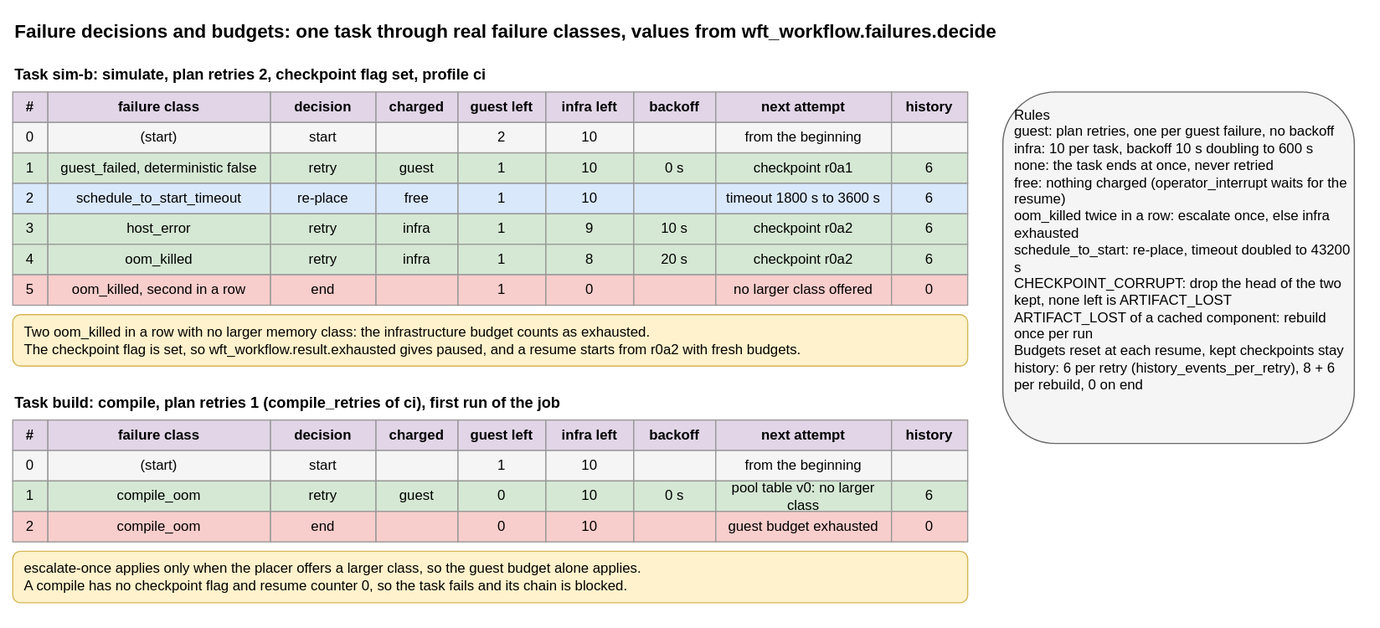
The draw.io diagram packages/workflow/failure-budgets.drawio.svg in AndoNorth/disyard, before a commit. Source tidied: cells renumbered, new cells last; positions are measured from the earlier drawing's top-left corner, leaving out a move shared by most shapes.
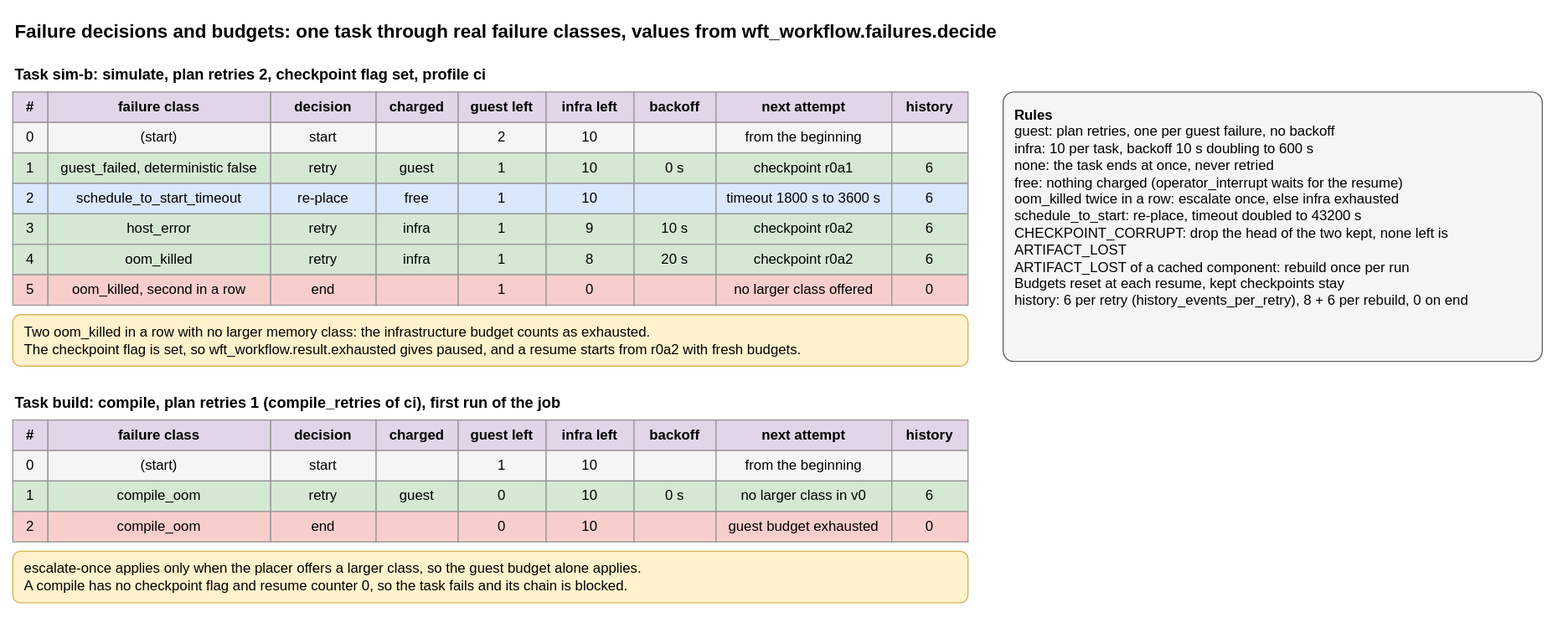
Above is the later version.

The edit, as a diff of the source:
```diff
@@ -3,7 +3,7 @@
     <mxCell id="0" />
     <mxCell id="1" parent="0" />
     <mxCell id="2" value="Failure decisions and budgets: one task through real failure classes, values from wft_workflow.failures.decide" style="text;html=1;fontSize=16;fontStyle=1;align=left;" parent="1" vertex="1">
-      <mxGeometry width="1115" height="30" as="geometry" />
+      <mxGeometry width="1275" height="30" as="geometry" />
     </mxCell>
     <mxCell id="3" value="Task sim-b: simulate, plan retries 2, checkpoint flag set, profile ci" style="text;html=1;fontSize=13;fontStyle=1;align=left;verticalAlign=middle;" parent="1" vertex="1">
       <mxGeometry y="40" width="815" height="26" as="geometry" />
@@ -278,7 +278,7 @@
     <mxCell id="93" value="0 s" style="rounded=0;whiteSpace=wrap;html=1;fontSize=12;strokeColor=#999999;fillColor=#d5e8d4;" parent="1" vertex="1">
       <mxGeometry x="530" y="400" width="70" height="26" as="geometry" />
     </mxCell>
-    <mxCell id="94" value="pool table v0: no larger class" style="rounded=0;whiteSpace=wrap;html=1;fontSize=12;strokeColor=#999999;fillColor=#d5e8d4;" parent="1" vertex="1">
+    <mxCell id="94" value="no larger class in v0" style="rounded=0;whiteSpace=wrap;html=1;fontSize=12;strokeColor=#999999;fillColor=#d5e8d4;" parent="1" vertex="1">
       <mxGeometry x="600" y="400" width="150" height="26" as="geometry" />
     </mxCell>
     <mxCell id="95" value="6" style="rounded=0;whiteSpace=wrap;html=1;fontSize=12;strokeColor=#999999;fillColor=#d5e8d4;" parent="1" vertex="1">
@@ -314,8 +314,8 @@
     <mxCell id="105" value="escalate-once applies only when the placer offers a larger class, so the guest budget alone applies.&#10;A compile has no checkpoint flag and resume counter 0, so the task fails and its chain is blocked." style="rounded=1;whiteSpace=wrap;html=1;fontSize=12;align=left;spacingLeft=8;fillColor=#fff2cc;strokeColor=#d6b656;" parent="1" vertex="1">
       <mxGeometry y="460" width="815" height="44" as="geometry" />
     </mxCell>
-    <mxCell id="106" value="Rules&#10;guest: plan retries, one per guest failure, no backoff&#10;infra: 10 per task, backoff 10 s doubling to 600 s&#10;none: the task ends at once, never retried&#10;free: nothing charged (operator_interrupt waits for the resume)&#10;oom_killed twice in a row: escalate once, else infra exhausted&#10;schedule_to_start: re-place, timeout doubled to 43200 s&#10;CHECKPOINT_CORRUPT: drop the head of the two kept, none left is ARTIFACT_LOST&#10;ARTIFACT_LOST of a cached component: rebuild once per run&#10;Budgets reset at each resume, kept checkpoints stay&#10;history: 6 per retry (history_events_per_retry), 8 + 6 per rebuild, 0 on end" style="rounded=1;whiteSpace=wrap;html=1;fontSize=12;align=left;verticalAlign=top;spacingLeft=8;spacingTop=6;fillColor=#f5f5f5;strokeColor=#666666;" parent="1" vertex="1">
-      <mxGeometry x="845" y="68" width="300" height="300" as="geometry" />
+    <mxCell id="106" value="&lt;b&gt;Rules&lt;/b&gt;&#10;guest: plan retries, one per guest failure, no backoff&#10;infra: 10 per task, backoff 10 s doubling to 600 s&#10;none: the task ends at once, never retried&#10;free: nothing charged (operator_interrupt waits for the resume)&#10;oom_killed twice in a row: escalate once, else infra exhausted&#10;schedule_to_start: re-place, timeout doubled to 43200 s&#10;CHECKPOINT_CORRUPT: drop the head of the two kept, none left is ARTIFACT_LOST&#10;ARTIFACT_LOST of a cached component: rebuild once per run&#10;Budgets reset at each resume, kept checkpoints stay&#10;history: 6 per retry (history_events_per_retry), 8 + 6 per rebuild, 0 on end" style="rounded=1;arcSize=4;whiteSpace=wrap;html=1;fontSize=12;align=left;verticalAlign=top;spacingLeft=8;spacingTop=6;fillColor=#f5f5f5;strokeColor=#666666;" parent="1" vertex="1">
+      <mxGeometry x="845" y="68" width="460" height="230" as="geometry" />
     </mxCell>
   </root>
 </mxGraphModel>
```
